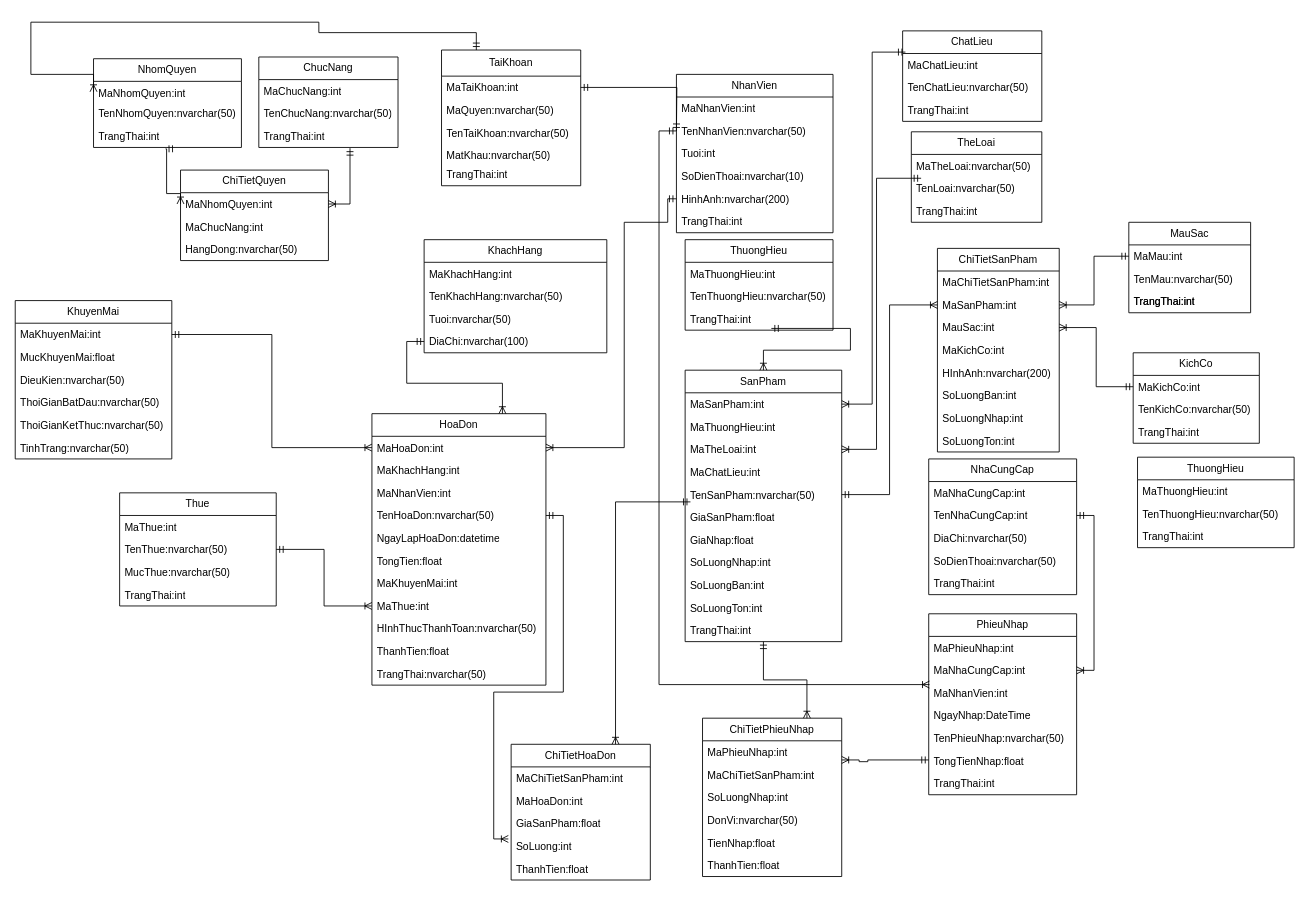
Earlier version of the draw.io diagram Biểu đồ không có tiêu đề (1).drawio (maivantai2003/SportStoreManager). Source tidied: cells renumbered, new cells numbered last; positions are measured from the earlier drawing's top-left corner, leaving out a move shared by most shapes. Both pictures are drawn from the tidied source at 87%, with x=0, y=0 at pixel (15, 22).
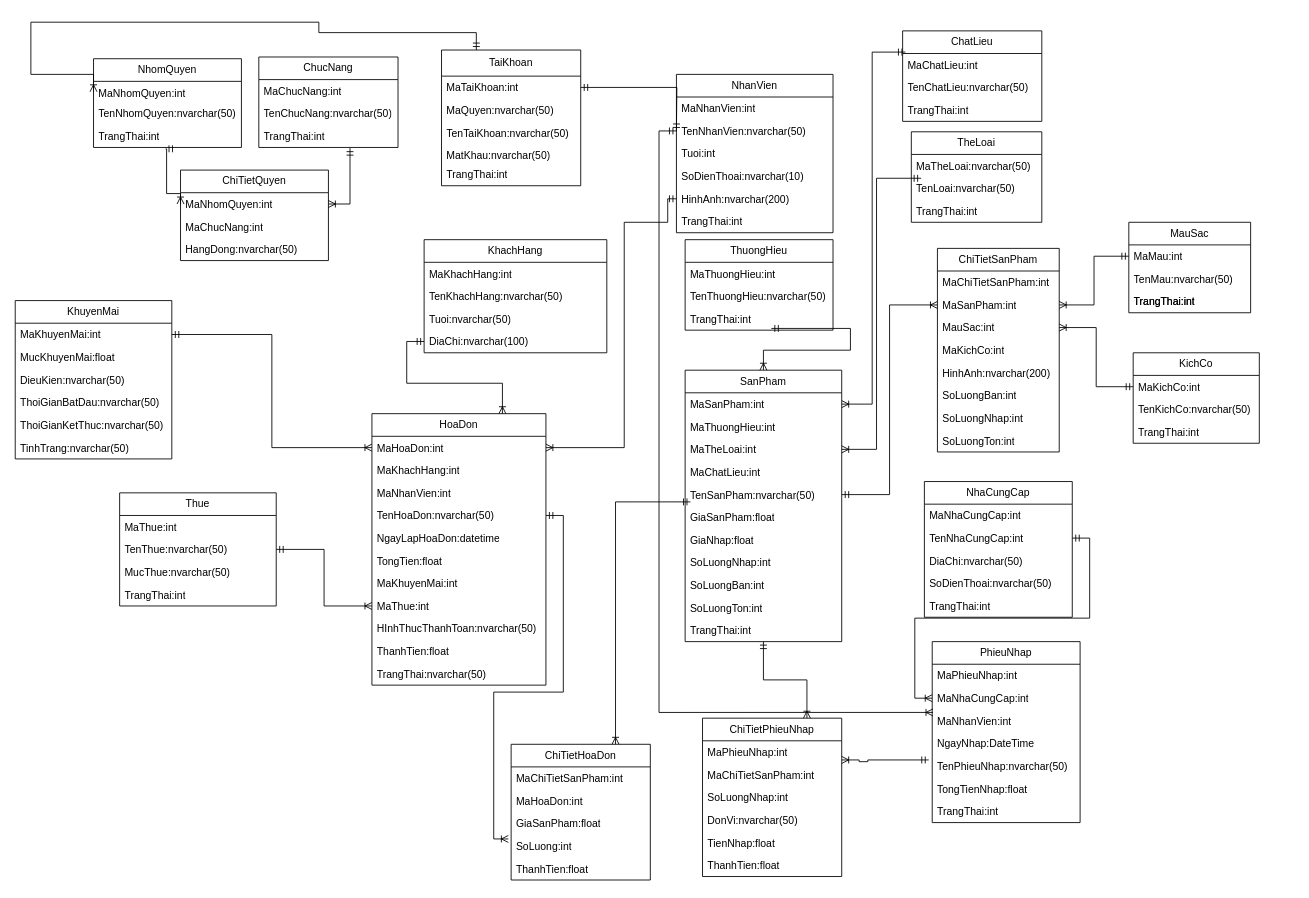
The same page after the edit.

Commit message:
Cập nhật Biểu đồ không có tiêu đề (1).drawio

Unchanged cells that the change refers to:
```xml
<mxCell id="127" value="ChiTietSanPham" style="swimlane;fontStyle=0;horizontal=1;startSize=26;fillColor=none;whiteSpace=wrap;html=1;" parent="1" vertex="1">
  <mxGeometry x="1060" y="260" width="140" height="234" as="geometry" />
</mxCell>
```

What changed in the source:
```diff
@@
     <mxCell id="62" value="NhaCungCap" style="swimlane;fontStyle=0;horizontal=1;startSize=26;fillColor=none;whiteSpace=wrap;html=1;" parent="1" vertex="1">
-      <mxGeometry x="1050" y="502" width="170" height="156" as="geometry" />
+      <mxGeometry x="1045" y="528" width="170" height="156" as="geometry" />
     </mxCell>
@@
     <mxCell id="68" value="PhieuNhap" style="swimlane;fontStyle=0;horizontal=1;startSize=26;fillColor=none;whiteSpace=wrap;html=1;" parent="1" vertex="1">
-      <mxGeometry x="1050" y="680" width="170" height="208" as="geometry" />
+      <mxGeometry x="1054" y="712" width="170" height="208" as="geometry" />
     </mxCell>
@@
-    <mxCell id="132" value="HInhAnh:nvarchar(200)" style="text;strokeColor=none;fillColor=none;align=left;verticalAlign=top;spacingLeft=4;spacingRight=4;overflow=hidden;whiteSpace=wrap;html=1;" parent="127" vertex="1">
+    <mxCell id="132" value="HinhAnh:nvarchar(200)" style="text;strokeColor=none;fillColor=none;align=left;verticalAlign=top;spacingLeft=4;spacingRight=4;overflow=hidden;whiteSpace=wrap;html=1;" parent="127" vertex="1">
       <mxGeometry y="130" width="140" height="26" as="geometry" />
     </mxCell>
@@
-    <mxCell id="145" value="ThuongHieu" style="swimlane;fontStyle=0;horizontal=1;startSize=26;fillColor=none;whiteSpace=wrap;html=1;" parent="1" vertex="1">
-      <mxGeometry x="1290" y="500" width="180" height="104" as="geometry" />
-    </mxCell>
-    <mxCell id="146" value="MaThuongHieu:int&lt;br&gt;" style="text;strokeColor=none;fillColor=none;align=left;verticalAlign=top;spacingLeft=4;spacingRight=4;overflow=hidden;whiteSpace=wrap;html=1;" parent="145" vertex="1">
-      <mxGeometry y="26" width="180" height="26" as="geometry" />
-    </mxCell>
-    <mxCell id="147" value="TenThuongHieu:nvarchar(50)" style="text;strokeColor=none;fillColor=none;align=left;verticalAlign=top;spacingLeft=4;spacingRight=4;overflow=hidden;whiteSpace=wrap;html=1;" parent="145" vertex="1">
-      <mxGeometry y="52" width="180" height="26" as="geometry" />
-    </mxCell>
-    <mxCell id="148" value="TrangThai:int" style="text;strokeColor=none;fillColor=none;align=left;verticalAlign=top;spacingLeft=4;spacingRight=4;overflow=hidden;whiteSpace=wrap;html=1;" parent="145" vertex="1">
-      <mxGeometry y="78" width="180" height="26" as="geometry" />
-    </mxCell>
```
